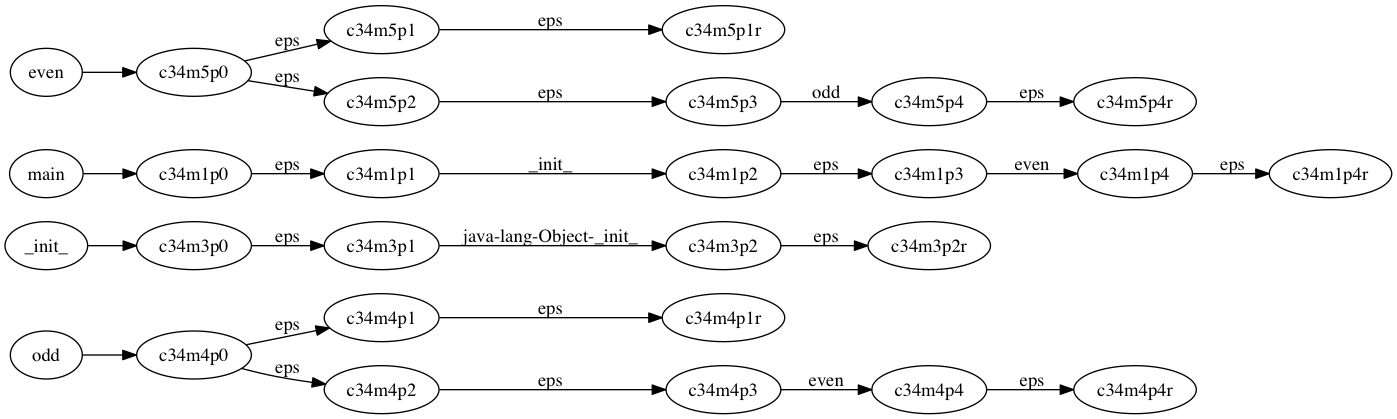
sdierauf/automata-and-languages-lab2 keeps this Graphviz diagram as cfg.dot.png. Above is the earlier version. Its source is kept beside it as cfg.dot.
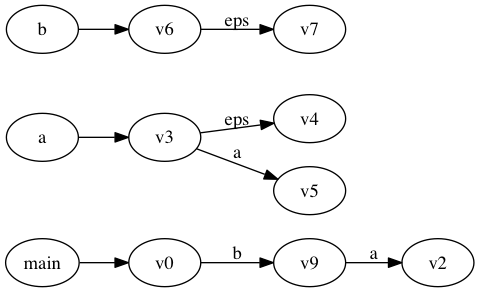
After the change.

What changed in the source:
```diff
@@ -1,27 +1,11 @@
 digraph finite_state_machine {
 	rankdir=LR;
-	odd ->  c34m4p0;
-	c34m4p0 -> c34m4p1 [ label = "eps"];
-	c34m4p0 -> c34m4p2 [ label = "eps"];
-	c34m4p1 -> c34m4p1r [ label = "eps"];
-	c34m4p2 -> c34m4p3 [ label = "eps"];
-	c34m4p3 -> c34m4p4 [ label = "even"];
-	c34m4p4 -> c34m4p4r [ label = "eps"];
-	_init_ ->  c34m3p0;
-	c34m3p0 -> c34m3p1 [ label = "eps"];
-	c34m3p1 -> c34m3p2 [ label = "java-lang-Object-_init_"];
-	c34m3p2 -> c34m3p2r [ label = "eps"];
-	main ->  c34m1p0;
-	c34m1p0 -> c34m1p1 [ label = "eps"];
-	c34m1p1 -> c34m1p2 [ label = "_init_"];
-	c34m1p2 -> c34m1p3 [ label = "eps"];
-	c34m1p3 -> c34m1p4 [ label = "even"];
-	c34m1p4 -> c34m1p4r [ label = "eps"];
-	even ->  c34m5p0;
-	c34m5p0 -> c34m5p1 [ label = "eps"];
-	c34m5p0 -> c34m5p2 [ label = "eps"];
-	c34m5p1 -> c34m5p1r [ label = "eps"];
-	c34m5p2 -> c34m5p3 [ label = "eps"];
-	c34m5p3 -> c34m5p4 [ label = "odd"];
-	c34m5p4 -> c34m5p4r [ label = "eps"];
+	main ->  v0;
+	v0 -> v9 [ label = "b"];
+	v9 -> v2 [ label = "a"];
+	a ->  v3;
+	v3 -> v4 [ label = "eps"];
+	v3 -> v5 [ label = "a"];
+	b ->  v6;
+	v6 -> v7 [ label = "eps"];
 }
```
